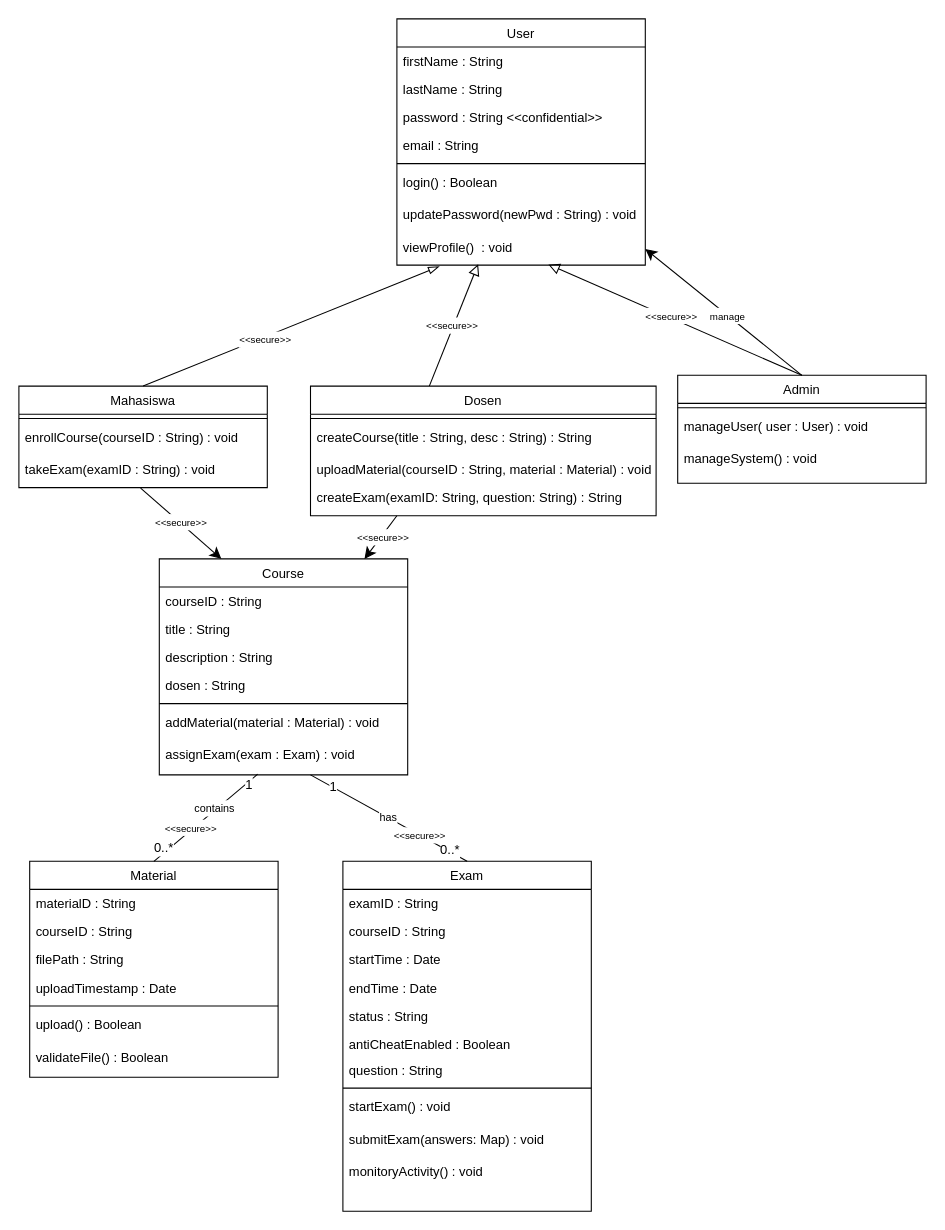
Before: Skenario_1_secure_model.drawio in anthef/anthef, a draw.io diagram. Source tidied: cells renumbered, new cells numbered last; positions are measured from the earlier drawing's top-left corner, leaving out a move shared by most shapes. Both pictures are drawn from the tidied source at 108%, with x=0, y=0 at pixel (18, 18).
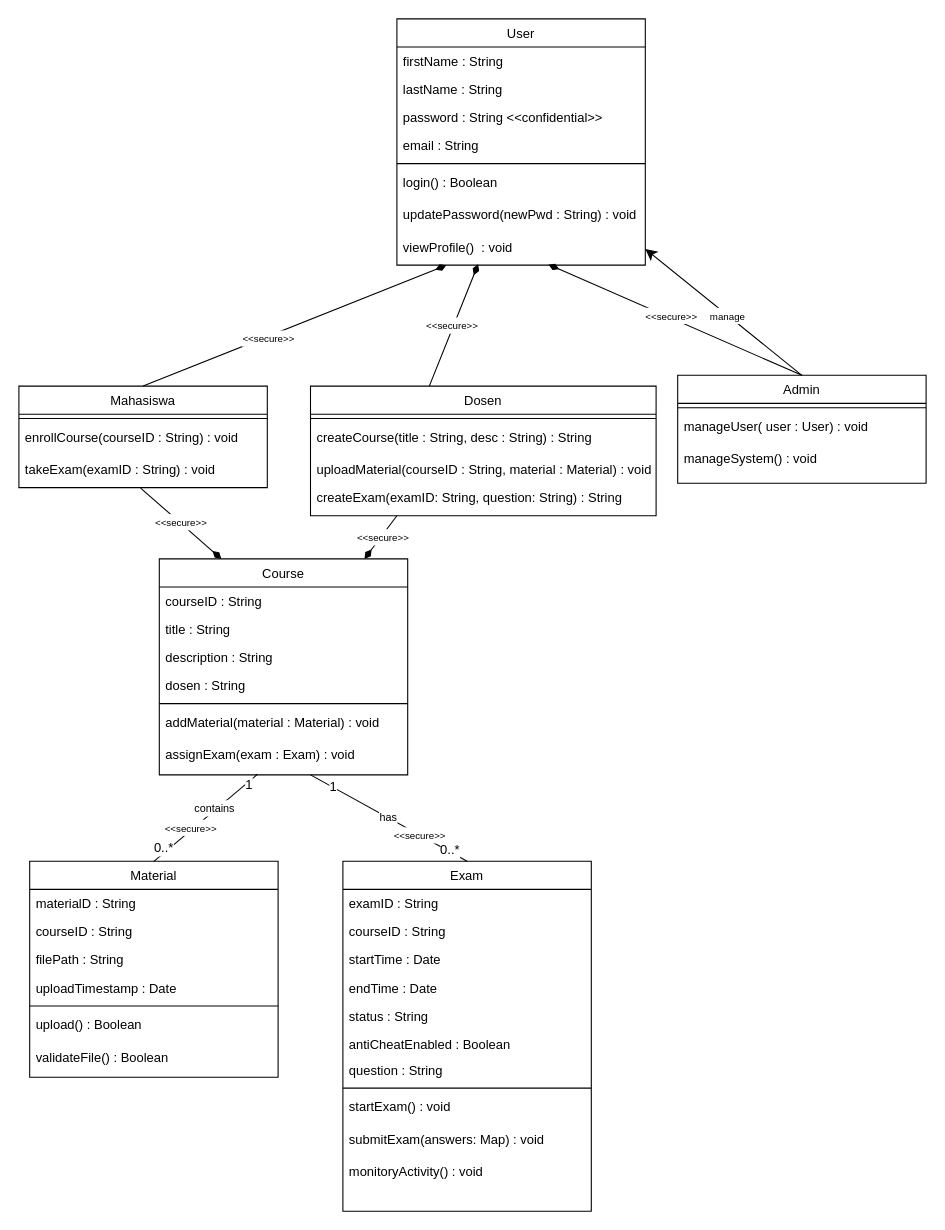
Above is the later version.

Unchanged cells that the change refers to:
```xml
<mxCell id="10" value="viewProfile()  : void" style="text;align=left;verticalAlign=top;spacingLeft=4;spacingRight=4;overflow=hidden;points=[[0,0.5],[1,0.5]];portConstraint=eastwest;" parent="2" vertex="1">
  <mxGeometry y="198" width="230" height="30" as="geometry" />
</mxCell>
<mxCell id="13" value="Dosen" style="swimlane;fontStyle=0;align=center;verticalAlign=top;horizontal=1;startSize=26;rounded=0;shadow=0;strokeWidth=1;" parent="1" vertex="1">
  <mxGeometry x="270" y="340" width="320" height="120" as="geometry" />
</mxCell>
<mxCell id="18" value="Admin" style="swimlane;fontStyle=0;align=center;verticalAlign=top;horizontal=1;startSize=26;rounded=0;shadow=0;strokeWidth=1;" parent="1" vertex="1">
  <mxGeometry x="610" y="330" width="230" height="100" as="geometry" />
</mxCell>
<mxCell id="24" value="Mahasiswa" style="swimlane;fontStyle=0;align=center;verticalAlign=top;horizontal=1;startSize=26;rounded=0;shadow=0;strokeWidth=1;" parent="1" vertex="1">
  <mxGeometry y="340" width="230" height="94" as="geometry" />
</mxCell>
<mxCell id="27" value="takeExam(examID : String) : void" style="text;align=left;verticalAlign=top;spacingLeft=4;spacingRight=4;overflow=hidden;points=[[0,0.5],[1,0.5]];portConstraint=eastwest;" parent="24" vertex="1">
  <mxGeometry y="64" width="230" height="30" as="geometry" />
</mxCell>
<mxCell id="32" value="Course" style="swimlane;fontStyle=0;align=center;verticalAlign=top;horizontal=1;startSize=26;rounded=0;shadow=0;strokeWidth=1;" parent="1" vertex="1">
  <mxGeometry x="130" y="500" width="230" height="200" as="geometry" />
</mxCell>
```

Change to the diagram source:
```diff
@@
-    <mxCell id="11" style="endArrow=block;html=1;rounded=0;fontSize=12;startSize=8;endSize=8;curved=1;entryX=0.327;entryY=0.97;entryDx=0;entryDy=0;entryPerimeter=0;endFill=0;" parent="1" edge="1" target="10">
+    <mxCell id="11" style="endArrow=diamondThin;html=1;rounded=0;fontSize=12;startSize=8;endSize=8;curved=1;entryX=0.327;entryY=0.97;entryDx=0;entryDy=0;entryPerimeter=0;endFill=1;" parent="1" edge="1" target="10">
       <mxGeometry relative="1" as="geometry">
         <mxPoint x="380" y="340" as="sourcePoint" />
       </mxGeometry>
     </mxCell>
@@
-    <mxCell id="22" style="endArrow=block;html=1;rounded=0;fontSize=12;startSize=8;endSize=8;curved=1;entryX=0.61;entryY=0.98;entryDx=0;entryDy=0;entryPerimeter=0;exitX=0.5;exitY=0;exitDx=0;exitDy=0;endFill=0;" parent="1" edge="1" source="18" target="10">
+    <mxCell id="22" style="endArrow=diamondThin;html=1;rounded=0;fontSize=12;startSize=8;endSize=8;curved=1;entryX=0.61;entryY=0.98;entryDx=0;entryDy=0;entryPerimeter=0;exitX=0.5;exitY=0;exitDx=0;exitDy=0;endFill=1;" parent="1" edge="1" source="18" target="10">
       <mxGeometry relative="1" as="geometry" />
     </mxCell>
@@
-    <mxCell id="28" style="endArrow=blockThin;html=1;rounded=0;fontSize=12;startSize=8;endSize=8;curved=1;entryX=0.171;entryY=1.037;entryDx=0;entryDy=0;entryPerimeter=0;exitX=0.5;exitY=0;exitDx=0;exitDy=0;endFill=0;" parent="1" edge="1" source="24" target="10">
+    <mxCell id="28" style="endArrow=diamondThin;html=1;rounded=0;fontSize=12;startSize=8;endSize=8;curved=1;entryX=0.199;entryY=1.005;entryDx=0;entryDy=0;entryPerimeter=0;exitX=0.5;exitY=0;exitDx=0;exitDy=0;endFill=1;" parent="1" edge="1" source="24" target="10">
       <mxGeometry relative="1" as="geometry" />
     </mxCell>
@@
-    <mxCell id="60" style="endArrow=classic;html=1;rounded=0;fontSize=12;startSize=8;endSize=8;curved=1;exitX=0.49;exitY=1.013;exitDx=0;exitDy=0;entryX=0.25;entryY=0;entryDx=0;entryDy=0;exitPerimeter=0;" parent="1" edge="1" source="27" target="32">
+    <mxCell id="60" style="endArrow=diamondThin;html=1;rounded=0;fontSize=12;startSize=8;endSize=8;curved=1;exitX=0.49;exitY=1.013;exitDx=0;exitDy=0;entryX=0.25;entryY=0;entryDx=0;entryDy=0;exitPerimeter=0;endFill=1;" parent="1" edge="1" source="27" target="32">
       <mxGeometry relative="1" as="geometry" />
     </mxCell>
@@
-    <mxCell id="62" style="endArrow=classic;html=1;rounded=0;fontSize=12;startSize=8;endSize=8;curved=1;exitX=0.25;exitY=1;exitDx=0;exitDy=0;" parent="1" edge="1" source="13" target="32">
+    <mxCell id="62" style="endArrow=diamondThin;html=1;rounded=0;fontSize=12;startSize=8;endSize=8;curved=1;exitX=0.25;exitY=1;exitDx=0;exitDy=0;endFill=1;" parent="1" edge="1" source="13" target="32">
       <mxGeometry relative="1" as="geometry" />
     </mxCell>
```
